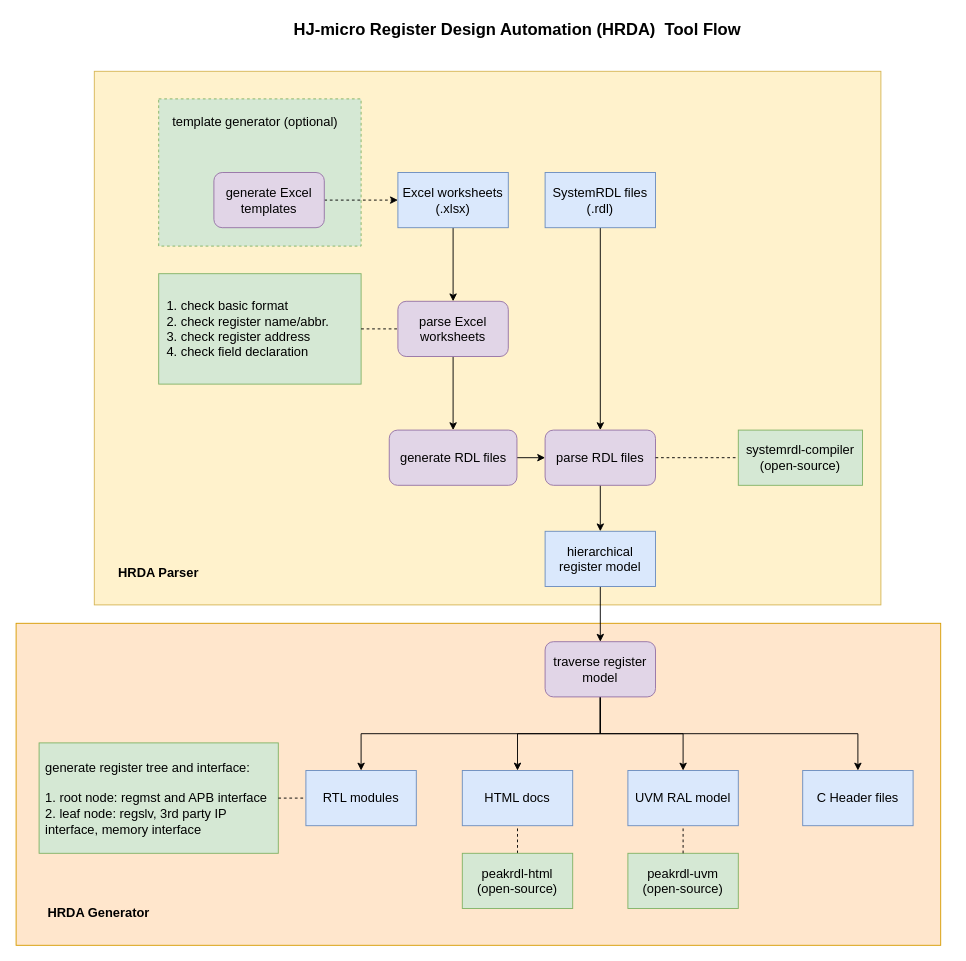
Before: docs/tool_flow.drawio in howsayhao/hj_reg_auto, a draw.io diagram. Source tidied: cells renumbered, new cells numbered last; positions are measured from the earlier drawing's top-left corner, leaving out a move shared by most shapes. Both pictures are drawn from the tidied source at 92%, with x=0, y=0 at pixel (16, 16).
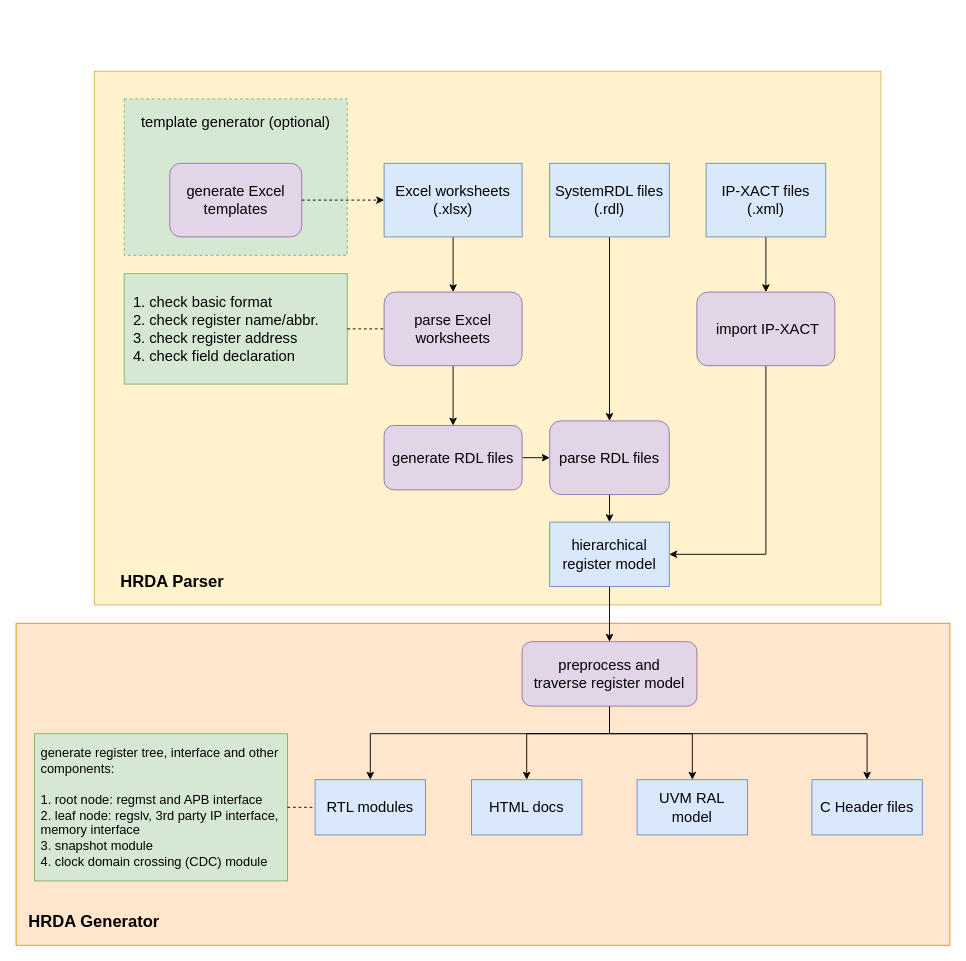
After the change.

Change to the diagram source:
```diff
@@
+    <mxCell id="3" style="rounded=0;whiteSpace=wrap;html=1;fontSize=16;fillColor=#fff2cc;strokeColor=#d6b656;fontStyle=0;strokeWidth=1;" parent="1" vertex="1">
+      <mxGeometry x="85" y="60" width="855" height="580" as="geometry" />
+    </mxCell>
+    <mxCell id="42" style="group;" parent="1" vertex="1">
+      <mxGeometry x="117.5" y="90" width="242.5" height="170" as="geometry" />
+    </mxCell>
+    <mxCell id="4" style="rounded=0;whiteSpace=wrap;html=1;dashed=1;fontSize=16;fillColor=#d5e8d4;strokeColor=#82b366;fontStyle=0;strokeWidth=1;" parent="42" vertex="1">
+      <mxGeometry width="242.5" height="170" as="geometry" />
+    </mxCell>
+    <mxCell id="15" value="&lt;font style=&quot;font-size: 16px;&quot;&gt;template generator (optional)&lt;/font&gt;" style="text;html=1;strokeColor=none;fillColor=none;align=center;verticalAlign=middle;whiteSpace=wrap;rounded=0;dashed=1;fontSize=16;fontStyle=0;strokeWidth=1;" parent="42" vertex="1">
+      <mxGeometry x="7.4" y="10" width="227.7" height="30" as="geometry" />
+    </mxCell>
+    <mxCell id="13" value="generate Excel templates" style="rounded=1;whiteSpace=wrap;html=1;fontSize=16;fillColor=#e1d5e7;strokeColor=#9673a6;fontStyle=0;strokeWidth=1;" parent="42" vertex="1">
+      <mxGeometry x="49.5" y="70" width="143.5" height="80" as="geometry" />
+    </mxCell>
-    <mxCell id="2" style="rounded=0;whiteSpace=wrap;html=1;fontSize=14;fillColor=#ffe6cc;strokeColor=#d79b00;fontStyle=0;" parent="1" vertex="1">
-      <mxGeometry y="660" width="1005" height="350" as="geometry" />
+    <mxCell id="2" style="rounded=0;whiteSpace=wrap;html=1;fontSize=16;fillColor=#ffe6cc;strokeColor=#d79b00;fontStyle=0;strokeWidth=1;" parent="1" vertex="1">
+      <mxGeometry y="660" width="1015" height="350" as="geometry" />
     </mxCell>
-    <mxCell id="3" style="rounded=0;whiteSpace=wrap;html=1;fontSize=14;fillColor=#fff2cc;strokeColor=#d6b656;fontStyle=0;" parent="1" vertex="1">
-      <mxGeometry x="85" y="60" width="855" height="580" as="geometry" />
-    </mxCell>
-    <mxCell id="4" style="rounded=0;whiteSpace=wrap;html=1;dashed=1;fontSize=14;fillColor=#d5e8d4;strokeColor=#82b366;fontStyle=0;" parent="1" vertex="1">
-      <mxGeometry x="155" y="90" width="220" height="160" as="geometry" />
-    </mxCell>
-    <mxCell id="5" style="edgeStyle=none;html=1;exitX=0.5;exitY=1;exitDx=0;exitDy=0;fontSize=14;fontStyle=0;" parent="1" edge="1" source="6" target="10">
+    <mxCell id="5" style="edgeStyle=none;html=1;exitX=0.5;exitY=1;exitDx=0;exitDy=0;fontSize=16;fontStyle=0;strokeWidth=1;" parent="1" edge="1" source="6" target="10">
       <mxGeometry relative="1" as="geometry" />
     </mxCell>
-    <mxCell id="6" value="Excel worksheets&lt;br style=&quot;font-size: 14px;&quot;&gt;(.xlsx)" style="rounded=0;whiteSpace=wrap;html=1;fontSize=14;fillColor=#dae8fc;strokeColor=#6c8ebf;fontStyle=0;" parent="1" vertex="1">
-      <mxGeometry x="415" y="170" width="120" height="60" as="geometry" />
+    <mxCell id="6" value="Excel worksheets&lt;br style=&quot;font-size: 16px;&quot;&gt;(.xlsx)" style="rounded=0;whiteSpace=wrap;html=1;fontSize=16;fillColor=#dae8fc;strokeColor=#6c8ebf;fontStyle=0;strokeWidth=1;" parent="1" vertex="1">
+      <mxGeometry x="400" y="160" width="150" height="80" as="geometry" />
     </mxCell>
-    <mxCell id="7" style="edgeStyle=none;html=1;exitX=0.5;exitY=1;exitDx=0;exitDy=0;entryX=0.5;entryY=0;entryDx=0;entryDy=0;fontSize=14;fontStyle=0;" parent="1" edge="1" source="8" target="17">
+    <mxCell id="7" style="edgeStyle=orthogonalEdgeStyle;html=1;exitX=0.5;exitY=1;exitDx=0;exitDy=0;entryX=0.5;entryY=0;entryDx=0;entryDy=0;fontSize=16;fontStyle=0;rounded=0;strokeWidth=1;" parent="1" edge="1" source="8" target="17">
       <mxGeometry relative="1" as="geometry" />
     </mxCell>
-    <mxCell id="8" value="SystemRDL files&lt;br style=&quot;font-size: 14px;&quot;&gt;(.rdl)" style="rounded=0;whiteSpace=wrap;html=1;fontSize=14;fillColor=#dae8fc;strokeColor=#6c8ebf;fontStyle=0;" parent="1" vertex="1">
-      <mxGeometry x="575" y="170" width="120" height="60" as="geometry" />
+    <mxCell id="8" value="SystemRDL files&lt;br style=&quot;font-size: 16px;&quot;&gt;(.rdl)" style="rounded=0;whiteSpace=wrap;html=1;fontSize=16;fillColor=#dae8fc;strokeColor=#6c8ebf;fontStyle=0;strokeWidth=1;" parent="1" vertex="1">
+      <mxGeometry x="580" y="160" width="130" height="80" as="geometry" />
     </mxCell>
-    <mxCell id="9" style="edgeStyle=none;html=1;fontSize=14;entryX=0.5;entryY=0;entryDx=0;entryDy=0;fontStyle=0;" parent="1" edge="1" source="10" target="19">
+    <mxCell id="9" style="edgeStyle=none;html=1;fontSize=16;entryX=0.5;entryY=0;entryDx=0;entryDy=0;fontStyle=0;strokeWidth=1;" parent="1" edge="1" source="10" target="19">
       <mxGeometry relative="1" as="geometry" />
     </mxCell>
-    <mxCell id="10" value="parse Excel worksheets" style="rounded=1;whiteSpace=wrap;html=1;fontSize=14;fillColor=#e1d5e7;strokeColor=#9673a6;fontStyle=0;" parent="1" vertex="1">
-      <mxGeometry x="415" y="310" width="120" height="60" as="geometry" />
+    <mxCell id="10" value="parse Excel worksheets" style="rounded=1;whiteSpace=wrap;html=1;fontSize=16;fillColor=#e1d5e7;strokeColor=#9673a6;fontStyle=0;strokeWidth=1;" parent="1" vertex="1">
+      <mxGeometry x="400" y="300" width="150" height="80" as="geometry" />
     </mxCell>
-    <mxCell id="11" value="&amp;nbsp;1. check basic format&lt;br style=&quot;font-size: 14px&quot;&gt;&amp;nbsp;2. check register name/abbr.&lt;br style=&quot;font-size: 14px&quot;&gt;&amp;nbsp;3. check register address&lt;br style=&quot;font-size: 14px&quot;&gt;&amp;nbsp;4. check field declaration" style="rounded=0;whiteSpace=wrap;html=1;align=left;fontSize=14;spacingLeft=3;fillColor=#d5e8d4;strokeColor=#82b366;fontStyle=0;spacingTop=0;" parent="1" vertex="1">
-      <mxGeometry x="155" y="280" width="220" height="120" as="geometry" />
+    <mxCell id="11" value="&amp;nbsp;1. check basic format&lt;br style=&quot;font-size: 16px;&quot;&gt;&amp;nbsp;2. check register name/abbr.&lt;br style=&quot;font-size: 16px;&quot;&gt;&amp;nbsp;3. check register address&lt;br style=&quot;font-size: 16px;&quot;&gt;&amp;nbsp;4. check field declaration" style="rounded=0;whiteSpace=wrap;html=1;align=left;fontSize=16;spacingLeft=3;fillColor=#d5e8d4;strokeColor=#82b366;fontStyle=0;spacingTop=0;strokeWidth=1;" parent="1" vertex="1">
+      <mxGeometry x="117.5" y="280" width="242.5" height="120" as="geometry" />
     </mxCell>
-    <mxCell id="12" style="edgeStyle=none;html=1;exitX=1;exitY=0.5;exitDx=0;exitDy=0;entryX=0;entryY=0.5;entryDx=0;entryDy=0;fontSize=14;dashed=1;fontStyle=0;" parent="1" edge="1" source="13" target="6">
+    <mxCell id="12" style="edgeStyle=none;html=1;exitX=1;exitY=0.5;exitDx=0;exitDy=0;entryX=0;entryY=0.5;entryDx=0;entryDy=0;fontSize=16;dashed=1;fontStyle=0;strokeWidth=1;" parent="1" edge="1" source="13" target="6">
       <mxGeometry relative="1" as="geometry" />
     </mxCell>
-    <mxCell id="13" value="generate Excel templates" style="rounded=1;whiteSpace=wrap;html=1;fontSize=14;fillColor=#e1d5e7;strokeColor=#9673a6;fontStyle=0;" parent="1" vertex="1">
-      <mxGeometry x="215" y="170" width="120" height="60" as="geometry" />
-    </mxCell>
-    <mxCell id="14" value="&lt;font style=&quot;font-size: 18px&quot;&gt;&lt;span style=&quot;font-size: 18px&quot;&gt;HJ-micro Register Design Automation (HRDA)&amp;nbsp; Tool Flow&lt;/span&gt;&lt;/font&gt;" style="text;html=1;strokeColor=none;fillColor=none;align=center;verticalAlign=middle;whiteSpace=wrap;rounded=0;dashed=1;fontSize=18;fontStyle=1;" parent="1" vertex="1">
-      <mxGeometry x="270" width="550" height="30" as="geometry" />
-    </mxCell>
-    <mxCell id="15" value="&lt;font style=&quot;font-size: 14px;&quot;&gt;template generator (optional)&lt;/font&gt;" style="text;html=1;strokeColor=none;fillColor=none;align=center;verticalAlign=middle;whiteSpace=wrap;rounded=0;dashed=1;fontSize=14;fontStyle=0;" parent="1" vertex="1">
-      <mxGeometry x="165" y="100" width="190" height="30" as="geometry" />
-    </mxCell>
-    <mxCell id="16" style="edgeStyle=none;html=1;exitX=0.5;exitY=1;exitDx=0;exitDy=0;fontSize=14;fontStyle=0;" parent="1" edge="1" source="17">
-      <mxGeometry relative="1" as="geometry">
-        <mxPoint x="635" y="560" as="targetPoint" />
-      </mxGeometry>
-    </mxCell>
+    <mxCell id="43" style="edgeStyle=orthogonalEdgeStyle;rounded=0;html=1;exitX=0.5;exitY=1;exitDx=0;exitDy=0;entryX=0.5;entryY=0;entryDx=0;entryDy=0;fontSize=18;strokeWidth=1;" parent="1" edge="1" source="17" target="24">
+      <mxGeometry relative="1" as="geometry" />
+    </mxCell>
-    <mxCell id="17" value="parse RDL files" style="rounded=1;whiteSpace=wrap;html=1;fontSize=14;fontStyle=0;fillColor=#e1d5e7;strokeColor=#9673a6;" parent="1" vertex="1">
-      <mxGeometry x="575" y="450" width="120" height="60" as="geometry" />
+    <mxCell id="17" value="parse RDL files" style="rounded=1;whiteSpace=wrap;html=1;fontSize=16;fontStyle=0;fillColor=#e1d5e7;strokeColor=#9673a6;strokeWidth=1;" parent="1" vertex="1">
+      <mxGeometry x="580" y="440" width="130" height="80" as="geometry" />
     </mxCell>
-    <mxCell id="18" style="edgeStyle=none;html=1;exitX=1;exitY=0.5;exitDx=0;exitDy=0;entryX=0;entryY=0.5;entryDx=0;entryDy=0;fontSize=14;fontStyle=0;" parent="1" edge="1" source="19" target="17">
+    <mxCell id="18" style="edgeStyle=none;html=1;exitX=1;exitY=0.5;exitDx=0;exitDy=0;entryX=0;entryY=0.5;entryDx=0;entryDy=0;fontSize=16;fontStyle=0;strokeWidth=1;" parent="1" edge="1" source="19" target="17">
       <mxGeometry relative="1" as="geometry" />
     </mxCell>
-    <mxCell id="19" value="generate RDL files" style="rounded=1;whiteSpace=wrap;html=1;fontSize=14;fontStyle=0;fillColor=#e1d5e7;strokeColor=#9673a6;" parent="1" vertex="1">
-      <mxGeometry x="405.6" y="450" width="138.8" height="60" as="geometry" />
+    <mxCell id="19" value="generate RDL files" style="rounded=1;whiteSpace=wrap;html=1;fontSize=16;fontStyle=0;fillColor=#e1d5e7;strokeColor=#9673a6;strokeWidth=1;" parent="1" vertex="1">
+      <mxGeometry x="400" y="445" width="150" height="70" as="geometry" />
     </mxCell>
-    <mxCell id="20" style="endArrow=none;dashed=1;html=1;exitX=1;exitY=0.5;exitDx=0;exitDy=0;entryX=0;entryY=0.5;entryDx=0;entryDy=0;fontSize=14;fontStyle=0;" parent="1" edge="1" source="11" target="10">
+    <mxCell id="20" style="endArrow=none;dashed=1;html=1;exitX=1;exitY=0.5;exitDx=0;exitDy=0;entryX=0;entryY=0.5;entryDx=0;entryDy=0;fontSize=16;fontStyle=0;strokeWidth=1;" parent="1" edge="1" source="11" target="10">
       <mxGeometry relative="1" as="geometry" />
     </mxCell>
-    <mxCell id="21" style="endArrow=none;dashed=1;html=1;exitX=1;exitY=0.5;exitDx=0;exitDy=0;entryX=0;entryY=0.5;entryDx=0;entryDy=0;fontSize=14;fontStyle=0;" parent="1" edge="1" source="17" target="22">
-      <mxGeometry relative="1" as="geometry" />
-    </mxCell>
-    <mxCell id="22" value="systemrdl-compiler&lt;br style=&quot;font-size: 14px;&quot;&gt;(open-source)" style="rounded=0;whiteSpace=wrap;html=1;fontSize=14;fillColor=#d5e8d4;strokeColor=#82b366;fontStyle=0;" parent="1" vertex="1">
-      <mxGeometry x="785" y="450" width="135" height="60" as="geometry" />
-    </mxCell>
-    <mxCell id="23" style="edgeStyle=none;html=1;exitX=0.5;exitY=1;exitDx=0;exitDy=0;fontSize=14;entryX=0.5;entryY=0;entryDx=0;entryDy=0;fontStyle=0;" parent="1" edge="1" source="24" target="34">
+    <mxCell id="23" style="edgeStyle=none;html=1;exitX=0.5;exitY=1;exitDx=0;exitDy=0;fontSize=16;entryX=0.5;entryY=0;entryDx=0;entryDy=0;fontStyle=0;strokeWidth=1;" parent="1" edge="1" source="24" target="34">
       <mxGeometry relative="1" as="geometry" />
     </mxCell>
-    <mxCell id="24" value="hierarchical register model" style="rounded=0;whiteSpace=wrap;html=1;fontSize=14;fillColor=#dae8fc;strokeColor=#6c8ebf;fontStyle=0;" parent="1" vertex="1">
-      <mxGeometry x="575" y="560" width="120" height="60" as="geometry" />
+    <mxCell id="24" value="hierarchical register model" style="rounded=0;whiteSpace=wrap;html=1;fontSize=16;fillColor=#dae8fc;strokeColor=#6c8ebf;fontStyle=0;strokeWidth=1;" parent="1" vertex="1">
+      <mxGeometry x="580" y="550" width="130" height="70" as="geometry" />
     </mxCell>
-    <mxCell id="25" value="&lt;span style=&quot;font-size: 14px;&quot;&gt;HRDA Parser&lt;/span&gt;" style="text;html=1;strokeColor=none;fillColor=none;align=center;verticalAlign=middle;whiteSpace=wrap;rounded=0;fontSize=14;fontStyle=1;" parent="1" vertex="1">
-      <mxGeometry x="95" y="590" width="120" height="30" as="geometry" />
-    </mxCell>
-    <mxCell id="26" value="UVM RAL model" style="rounded=0;whiteSpace=wrap;html=1;fontSize=14;fontStyle=0;fillColor=#dae8fc;strokeColor=#6c8ebf;" parent="1" vertex="1">
-      <mxGeometry x="665" y="820" width="120" height="60" as="geometry" />
+    <mxCell id="26" value="UVM RAL model" style="rounded=0;whiteSpace=wrap;html=1;fontSize=16;fontStyle=0;fillColor=#dae8fc;strokeColor=#6c8ebf;strokeWidth=1;" parent="1" vertex="1">
+      <mxGeometry x="675" y="830" width="120" height="60" as="geometry" />
     </mxCell>
-    <mxCell id="27" value="C Header files" style="rounded=0;whiteSpace=wrap;html=1;fontSize=14;fontStyle=0;fillColor=#dae8fc;strokeColor=#6c8ebf;" parent="1" vertex="1">
-      <mxGeometry x="855" y="820" width="120" height="60" as="geometry" />
+    <mxCell id="27" value="C Header files" style="rounded=0;whiteSpace=wrap;html=1;fontSize=16;fontStyle=0;fillColor=#dae8fc;strokeColor=#6c8ebf;strokeWidth=1;" parent="1" vertex="1">
+      <mxGeometry x="865" y="830" width="120" height="60" as="geometry" />
     </mxCell>
-    <mxCell id="28" value="RTL modules" style="rounded=0;whiteSpace=wrap;html=1;fontSize=14;fontStyle=0;fillColor=#dae8fc;strokeColor=#6c8ebf;" parent="1" vertex="1">
-      <mxGeometry x="315" y="820" width="120" height="60" as="geometry" />
+    <mxCell id="28" value="RTL modules" style="rounded=0;whiteSpace=wrap;html=1;fontSize=16;fontStyle=0;fillColor=#dae8fc;strokeColor=#6c8ebf;strokeWidth=1;" parent="1" vertex="1">
+      <mxGeometry x="325" y="830" width="120" height="60" as="geometry" />
     </mxCell>
-    <mxCell id="29" value="HTML docs" style="rounded=0;whiteSpace=wrap;html=1;fontSize=14;fontStyle=0;fillColor=#dae8fc;strokeColor=#6c8ebf;" parent="1" vertex="1">
-      <mxGeometry x="485" y="820" width="120" height="60" as="geometry" />
+    <mxCell id="29" value="HTML docs" style="rounded=0;whiteSpace=wrap;html=1;fontSize=16;fontStyle=0;fillColor=#dae8fc;strokeColor=#6c8ebf;strokeWidth=1;" parent="1" vertex="1">
+      <mxGeometry x="495" y="830" width="120" height="60" as="geometry" />
     </mxCell>
-    <mxCell id="30" style="edgeStyle=orthogonalEdgeStyle;html=1;entryX=0.5;entryY=0;entryDx=0;entryDy=0;fontSize=14;rounded=0;fontStyle=0;" parent="1" edge="1" source="34" target="29">
-      <mxGeometry relative="1" as="geometry" />
+    <mxCell id="30" style="edgeStyle=orthogonalEdgeStyle;html=1;entryX=0.5;entryY=0;entryDx=0;entryDy=0;fontSize=16;rounded=0;fontStyle=0;strokeWidth=1;" parent="1" edge="1" source="34" target="29">
+      <mxGeometry relative="1" as="geometry">
+        <Array as="points">
+          <mxPoint x="645" y="780" />
+          <mxPoint x="555" y="780" />
+        </Array>
+      </mxGeometry>
     </mxCell>
-    <mxCell id="31" style="edgeStyle=orthogonalEdgeStyle;rounded=0;html=1;exitX=0.5;exitY=1;exitDx=0;exitDy=0;fontSize=14;fontStyle=0;" parent="1" edge="1" source="34" target="28">
-      <mxGeometry relative="1" as="geometry" />
+    <mxCell id="31" style="edgeStyle=orthogonalEdgeStyle;rounded=0;html=1;exitX=0.5;exitY=1;exitDx=0;exitDy=0;fontSize=16;fontStyle=0;strokeWidth=1;" parent="1" edge="1" source="34" target="28">
+      <mxGeometry relative="1" as="geometry">
+        <Array as="points">
+          <mxPoint x="645" y="780" />
+          <mxPoint x="385" y="780" />
+        </Array>
+      </mxGeometry>
     </mxCell>
-    <mxCell id="32" style="edgeStyle=orthogonalEdgeStyle;rounded=0;html=1;exitX=0.5;exitY=1;exitDx=0;exitDy=0;entryX=0.5;entryY=0;entryDx=0;entryDy=0;fontSize=14;fontStyle=0;" parent="1" edge="1" source="34" target="26">
-      <mxGeometry relative="1" as="geometry" />
+    <mxCell id="32" style="edgeStyle=orthogonalEdgeStyle;rounded=0;html=1;exitX=0.5;exitY=1;exitDx=0;exitDy=0;entryX=0.5;entryY=0;entryDx=0;entryDy=0;fontSize=16;fontStyle=0;strokeWidth=1;" parent="1" edge="1" source="34" target="26">
+      <mxGeometry relative="1" as="geometry">
+        <Array as="points">
+          <mxPoint x="645" y="780" />
+          <mxPoint x="735" y="780" />
+        </Array>
+      </mxGeometry>
     </mxCell>
-    <mxCell id="33" style="edgeStyle=orthogonalEdgeStyle;rounded=0;html=1;exitX=0.5;exitY=1;exitDx=0;exitDy=0;entryX=0.5;entryY=0;entryDx=0;entryDy=0;fontSize=14;fontStyle=0;" parent="1" edge="1" source="34" target="27">
-      <mxGeometry relative="1" as="geometry" />
+    <mxCell id="33" style="edgeStyle=orthogonalEdgeStyle;rounded=0;html=1;exitX=0.5;exitY=1;exitDx=0;exitDy=0;entryX=0.5;entryY=0;entryDx=0;entryDy=0;fontSize=16;fontStyle=0;strokeWidth=1;" parent="1" edge="1" source="34" target="27">
+      <mxGeometry relative="1" as="geometry">
+        <Array as="points">
+          <mxPoint x="645" y="780" />
+          <mxPoint x="925" y="780" />
+        </Array>
+      </mxGeometry>
     </mxCell>
-    <mxCell id="34" value="traverse register model" style="rounded=1;whiteSpace=wrap;html=1;fontSize=14;fontStyle=0;fillColor=#e1d5e7;strokeColor=#9673a6;" parent="1" vertex="1">
-      <mxGeometry x="575" y="680" width="120" height="60" as="geometry" />
+    <mxCell id="34" value="preprocess and &lt;br&gt;traverse register model" style="rounded=1;whiteSpace=wrap;html=1;fontSize=16;fontStyle=0;fillColor=#e1d5e7;strokeColor=#9673a6;strokeWidth=1;spacingLeft=0;spacing=2;spacingRight=0;" parent="1" vertex="1">
+      <mxGeometry x="550" y="680" width="190" height="70" as="geometry" />
     </mxCell>
-    <mxCell id="35" style="endArrow=none;dashed=1;html=1;rounded=0;fontSize=14;entryX=0.5;entryY=1;entryDx=0;entryDy=0;exitX=0.5;exitY=0;exitDx=0;exitDy=0;fontStyle=0;" parent="1" edge="1" source="36" target="29">
-      <mxGeometry relative="1" as="geometry" />
-    </mxCell>
-    <mxCell id="36" value="peakrdl-html&lt;br style=&quot;font-size: 14px;&quot;&gt;(open-source)" style="rounded=0;whiteSpace=wrap;html=1;fontSize=14;fillColor=#d5e8d4;strokeColor=#82b366;fontStyle=0;" parent="1" vertex="1">
-      <mxGeometry x="485" y="910" width="120" height="60" as="geometry" />
-    </mxCell>
-    <mxCell id="37" value="peakrdl-uvm&lt;br style=&quot;font-size: 14px;&quot;&gt;(open-source)" style="rounded=0;whiteSpace=wrap;html=1;fontSize=14;fillColor=#d5e8d4;strokeColor=#82b366;fontStyle=0;" parent="1" vertex="1">
-      <mxGeometry x="665" y="910" width="120" height="60" as="geometry" />
-    </mxCell>
-    <mxCell id="38" style="endArrow=none;dashed=1;html=1;rounded=0;fontSize=14;entryX=0.5;entryY=1;entryDx=0;entryDy=0;exitX=0.5;exitY=0;exitDx=0;exitDy=0;fontStyle=0;" parent="1" edge="1" source="37" target="26">
-      <mxGeometry relative="1" as="geometry" />
-    </mxCell>
-    <mxCell id="39" value="&lt;span style=&quot;font-size: 14px;&quot;&gt;HRDA Generator&lt;/span&gt;" style="text;html=1;strokeColor=none;fillColor=none;align=center;verticalAlign=middle;whiteSpace=wrap;rounded=0;fontSize=14;fontStyle=1;" parent="1" vertex="1">
-      <mxGeometry x="15" y="960" width="150" height="30" as="geometry" />
+    <mxCell id="39" value="&lt;span style=&quot;font-size: 18px;&quot;&gt;HRDA Generator&lt;/span&gt;" style="text;html=1;strokeColor=none;fillColor=none;align=center;verticalAlign=middle;whiteSpace=wrap;rounded=0;fontSize=18;fontStyle=1;strokeWidth=1;" parent="1" vertex="1">
+      <mxGeometry y="960" width="170" height="50" as="geometry" />
     </mxCell>
-    <mxCell id="40" value="generate register tree and interface:&lt;br style=&quot;font-size: 14px&quot;&gt;&amp;nbsp;&lt;br&gt;1. root node: regmst and APB interface&lt;br&gt;2. leaf node: regslv, 3rd party IP interface, memory interface" style="rounded=0;whiteSpace=wrap;html=1;align=left;fontSize=14;spacingLeft=5;fillColor=#d5e8d4;strokeColor=#82b366;fontStyle=0;" parent="1" vertex="1">
-      <mxGeometry x="25" y="790" width="260" height="120" as="geometry" />
+    <mxCell id="40" value="generate register tree, interface and other components:&lt;br style=&quot;font-size: 14px;&quot;&gt;&amp;nbsp;&lt;br style=&quot;font-size: 14px;&quot;&gt;1. root node: regmst and APB interface&lt;br style=&quot;font-size: 14px;&quot;&gt;2. leaf node: regslv, 3rd party IP interface, memory interface&lt;br style=&quot;font-size: 14px;&quot;&gt;3. snapshot module&lt;br style=&quot;font-size: 14px;&quot;&gt;4. clock domain crossing (CDC) module" style="rounded=0;whiteSpace=wrap;html=1;align=left;fontSize=14;spacingLeft=5;fillColor=#d5e8d4;strokeColor=#82b366;fontStyle=0;strokeWidth=1;" parent="1" vertex="1">
+      <mxGeometry x="20" y="780" width="275" height="160" as="geometry" />
     </mxCell>
-    <mxCell id="41" style="endArrow=none;dashed=1;html=1;rounded=0;fontSize=14;exitX=1;exitY=0.5;exitDx=0;exitDy=0;entryX=0;entryY=0.5;entryDx=0;entryDy=0;fontStyle=0;" parent="1" edge="1" source="40" target="28">
+    <mxCell id="41" style="endArrow=none;dashed=1;html=1;rounded=0;fontSize=16;exitX=1;exitY=0.5;exitDx=0;exitDy=0;entryX=0;entryY=0.5;entryDx=0;entryDy=0;fontStyle=0;strokeWidth=1;" parent="1" edge="1" source="40" target="28">
       <mxGeometry relative="1" as="geometry" />
     </mxCell>
+    <mxCell id="25" value="&lt;span style=&quot;font-size: 18px&quot;&gt;HRDA Parser&lt;/span&gt;" style="text;html=1;strokeColor=none;fillColor=none;align=center;verticalAlign=middle;whiteSpace=wrap;rounded=0;fontSize=18;fontStyle=1;strokeWidth=1;" parent="1" vertex="1">
+      <mxGeometry x="85" y="590" width="170" height="50" as="geometry" />
+    </mxCell>
+    <mxCell id="44" style="edgeStyle=orthogonalEdgeStyle;rounded=0;html=1;exitX=0.5;exitY=1;exitDx=0;exitDy=0;entryX=0.5;entryY=0;entryDx=0;entryDy=0;fontSize=18;strokeWidth=1;" parent="1" edge="1" source="45" target="47">
+      <mxGeometry relative="1" as="geometry" />
+    </mxCell>
+    <mxCell id="45" value="IP-XACT files&lt;br style=&quot;font-size: 16px&quot;&gt;(.xml)" style="rounded=0;whiteSpace=wrap;html=1;fontSize=16;fillColor=#dae8fc;strokeColor=#6c8ebf;fontStyle=0;strokeWidth=1;" parent="1" vertex="1">
+      <mxGeometry x="750" y="160" width="130" height="80" as="geometry" />
+    </mxCell>
+    <mxCell id="46" style="edgeStyle=orthogonalEdgeStyle;rounded=0;html=1;exitX=0.5;exitY=1;exitDx=0;exitDy=0;entryX=1;entryY=0.5;entryDx=0;entryDy=0;fontSize=18;strokeWidth=1;" parent="1" edge="1" source="47" target="24">
+      <mxGeometry relative="1" as="geometry" />
+    </mxCell>
+    <mxCell id="47" value="&amp;nbsp;import IP-XACT" style="rounded=1;whiteSpace=wrap;html=1;fontSize=16;fillColor=#e1d5e7;strokeColor=#9673a6;fontStyle=0;strokeWidth=1;" parent="1" vertex="1">
+      <mxGeometry x="740" y="300" width="150" height="80" as="geometry" />
+    </mxCell>
```
